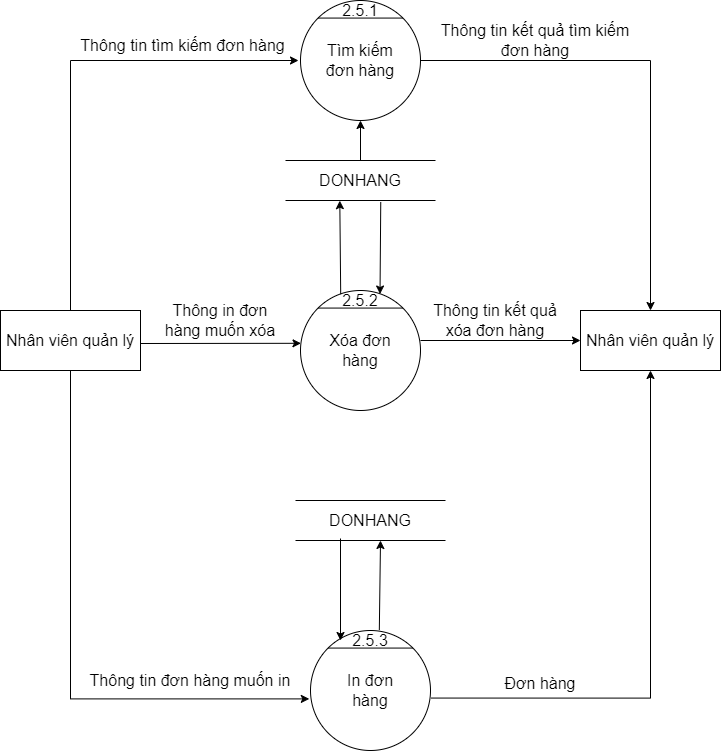
Earlier version of the draw.io export BFD&DFD/DFD_2_QLDH.png (hungtadasuke/CoffeShop_SoftwareTechnology). Source tidied: cells renumbered, new cells last; positions are measured from the earlier drawing's top-left corner, leaving out a move shared by most shapes.
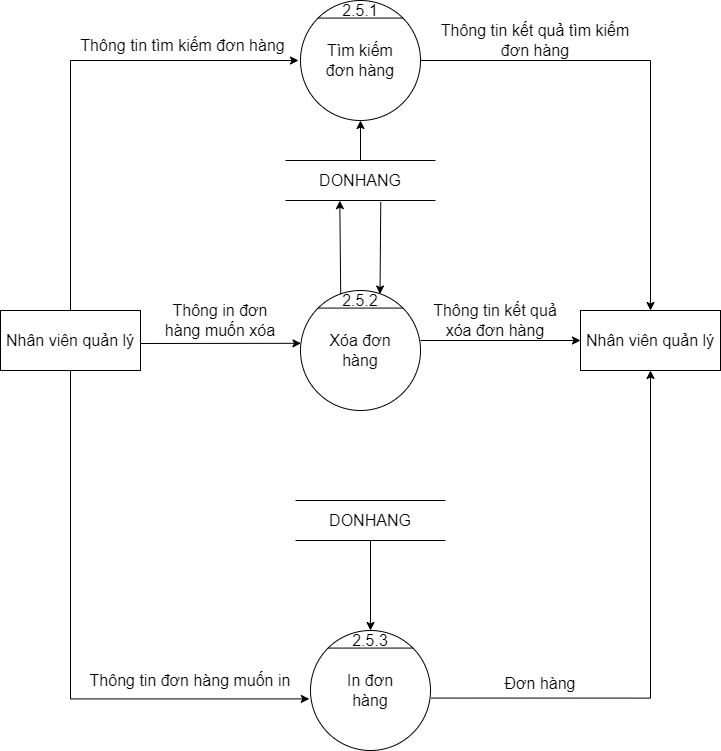
The same file after the commit.

Diff of the diagram source:
```diff
@@ -101,15 +101,8 @@
     <mxCell id="28" style="endArrow=classic;html=1;rounded=0;fontSize=16;exitX=0.635;exitY=1.037;exitDx=0;exitDy=0;exitPerimeter=0;entryX=0.988;entryY=0.176;entryDx=0;entryDy=0;entryPerimeter=0;" parent="1" edge="1" source="22" target="14">
       <mxGeometry relative="1" as="geometry" />
     </mxCell>
-    <mxCell id="29" style="endArrow=classic;html=1;rounded=0;fontSize=16;entryX=0.362;entryY=1.004;entryDx=0;entryDy=0;entryPerimeter=0;exitX=0.647;exitY=-0.02;exitDx=0;exitDy=0;exitPerimeter=0;" parent="1" edge="1" source="15">
-      <mxGeometry relative="1" as="geometry">
-        <mxPoint x="380" y="540" as="targetPoint" />
-      </mxGeometry>
-    </mxCell>
-    <mxCell id="30" style="endArrow=classic;html=1;rounded=0;fontSize=16;entryX=0;entryY=0.5;entryDx=0;entryDy=0;" parent="1" edge="1" target="15">
-      <mxGeometry relative="1" as="geometry">
-        <mxPoint x="340" y="538" as="sourcePoint" />
-      </mxGeometry>
+    <mxCell id="30" style="endArrow=classic;html=1;rounded=0;fontSize=16;entryX=0.5;entryY=0;entryDx=0;entryDy=0;exitX=0.5;exitY=1;exitDx=0;exitDy=0;" parent="1" edge="1" source="25" target="15">
+      <mxGeometry relative="1" as="geometry" />
     </mxCell>
     <mxCell id="31" value="Thông in đơn hàng muốn xóa" style="text;html=1;strokeColor=none;fillColor=none;align=center;verticalAlign=middle;whiteSpace=wrap;rounded=0;fontSize=16;" parent="1" vertex="1">
       <mxGeometry x="155" y="305" width="130" height="30" as="geometry" />
```
